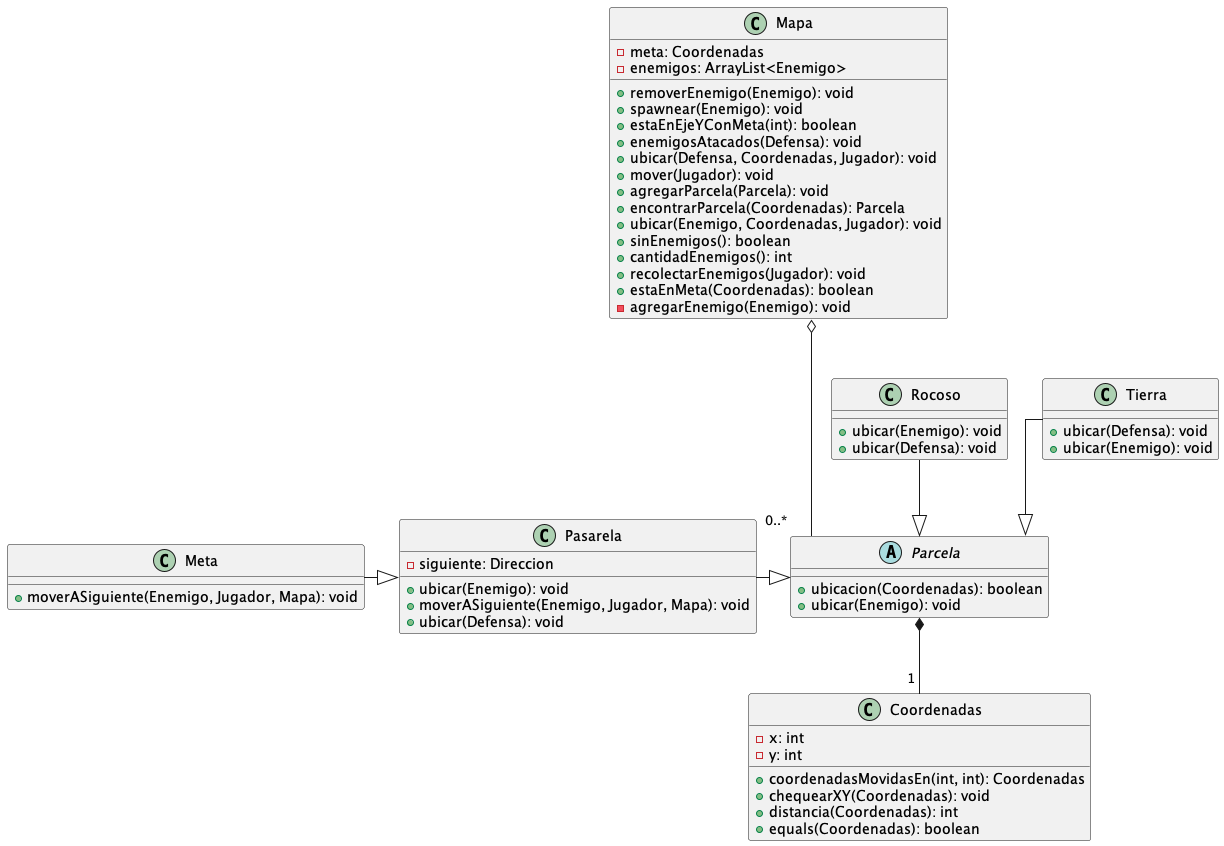
Above: diagrams/classes/mapa.png in franzimbi/algo3_tp2 (PlantUML), before the change.
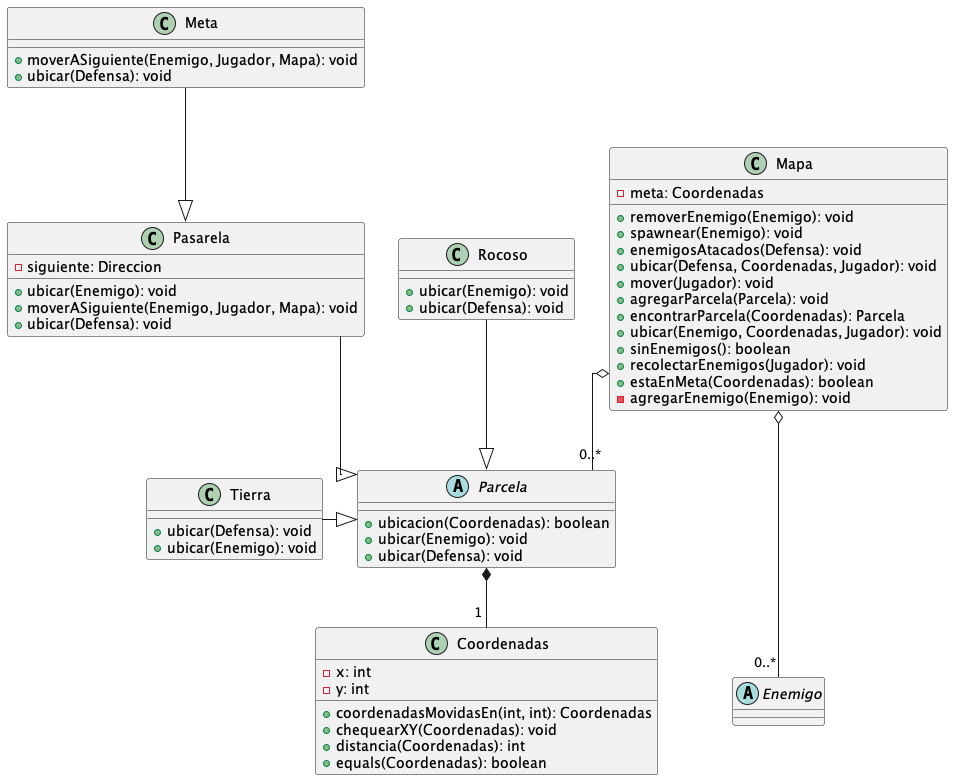
After the commit.

The edit, as a diff of the source:
```diff
@@ -3,7 +3,7 @@
 top to bottom direction
 skinparam linetype ortho
 
-
+abstract Enemigo
 class Coordenadas {
   + coordenadasMovidasEn(int, int): Coordenadas
   + chequearXY(Coordenadas): void
@@ -16,7 +16,6 @@
 
   + removerEnemigo(Enemigo): void
   + spawnear(Enemigo): void
-  + estaEnEjeYConMeta(int): boolean
   + enemigosAtacados(Defensa): void
   + ubicar(Defensa, Coordenadas, Jugador): void
   + mover(Jugador): void
@@ -24,19 +23,19 @@
   + encontrarParcela(Coordenadas): Parcela
   + ubicar(Enemigo, Coordenadas, Jugador): void
   + sinEnemigos(): boolean
-  + cantidadEnemigos(): int
   + recolectarEnemigos(Jugador): void
   + estaEnMeta(Coordenadas): boolean
   - agregarEnemigo(Enemigo): void
   - meta: Coordenadas
-  - enemigos: ArrayList<Enemigo>
 }
 class Meta {
   + moverASiguiente(Enemigo, Jugador, Mapa): void
+  + ubicar(Defensa): void
 }
 abstract Parcela {
   + ubicacion(Coordenadas): boolean
   + ubicar(Enemigo): void
+  + ubicar(Defensa): void
 }
 class Pasarela {
   + ubicar(Enemigo): void
@@ -53,10 +52,11 @@
   + ubicar(Enemigo): void
 }
 
-Meta -|>  Pasarela
-Pasarela -|>  Parcela
+Meta --|>  Pasarela
+Pasarela --|>  Parcela
 Rocoso --|>  Parcela
-Tierra --|>  Parcela
-Mapa o--- "0..* "Parcela
+Tierra -|>  Parcela
+Mapa o-- "0..* "Parcela
 Parcela *-- "1 " Coordenadas
+Mapa o--- "0..*" Enemigo
 @enduml
```
